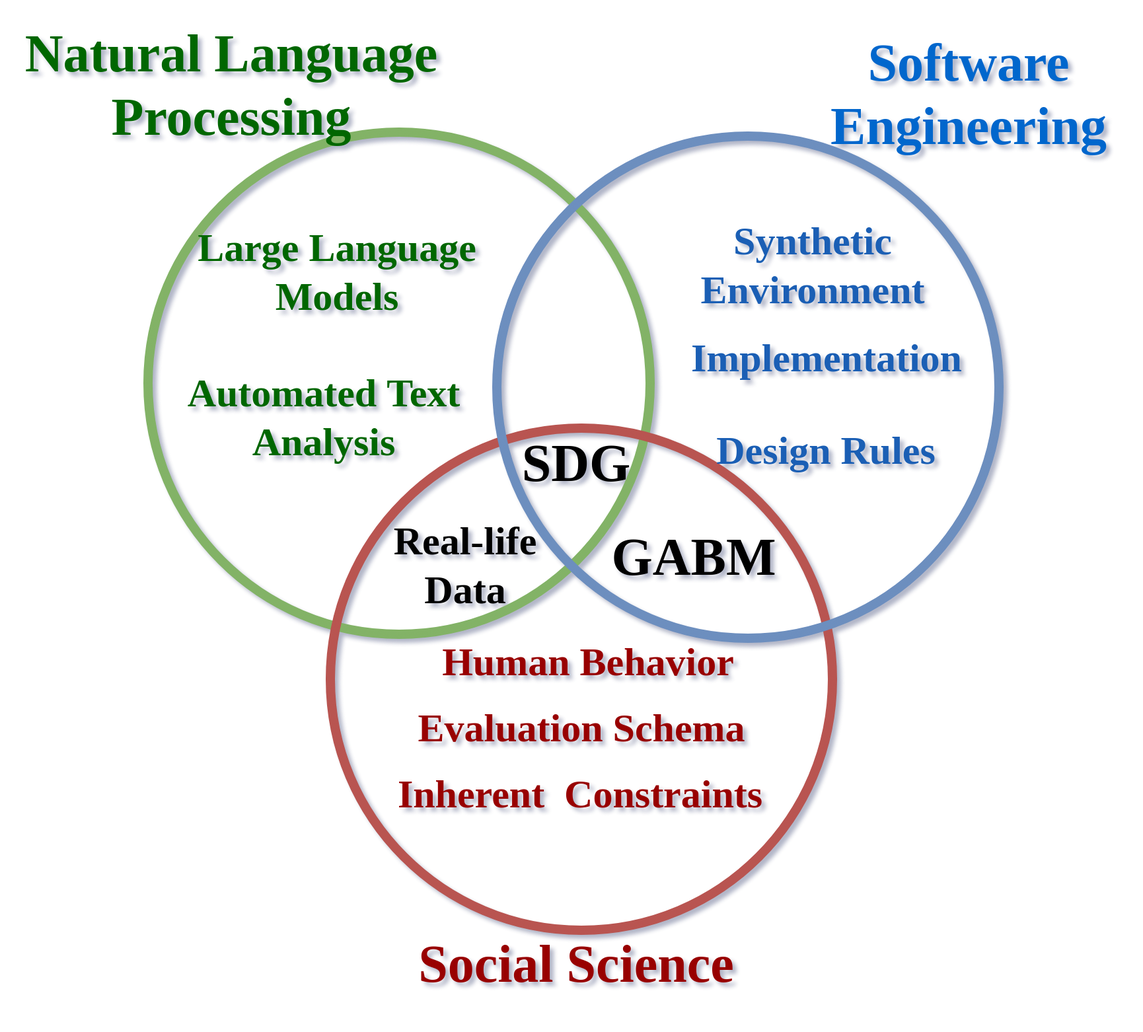
Before: graphs/interdisciplinary.drawio.png, a diagram exported from draw.io (dimits-ts/synthetic_moderation_experiments). Source tidied: cells renumbered, new cells last; positions are measured from the earlier drawing's top-left corner, leaving out a move shared by most shapes. Source of this version:
```xml
<mxGraphModel>
  <root>
    <mxCell id="0" />
    <mxCell id="1" parent="0" />
    <mxCell id="2" style="ellipse;whiteSpace=wrap;html=1;fillColor=none;strokeColor=#82b366;strokeWidth=7;" parent="1" vertex="1">
      <mxGeometry x="112" y="86" width="380" height="380" as="geometry" />
    </mxCell>
    <mxCell id="3" style="ellipse;whiteSpace=wrap;html=1;fillColor=none;strokeColor=#b85450;strokeWidth=7;" parent="1" vertex="1">
      <mxGeometry x="250" y="310" width="380" height="380" as="geometry" />
    </mxCell>
    <mxCell id="4" style="ellipse;whiteSpace=wrap;html=1;fillColor=none;strokeColor=#6c8ebf;strokeWidth=7;" parent="1" vertex="1">
      <mxGeometry x="376" y="89" width="380" height="380" as="geometry" />
    </mxCell>
    <mxCell id="5" value="&lt;h1&gt;&lt;font face=&quot;Times New Roman&quot; style=&quot;color: rgb(153, 0, 0); font-size: 40px;&quot;&gt;Social Science&lt;/font&gt;&lt;/h1&gt;" style="text;html=1;whiteSpace=wrap;strokeColor=none;fillColor=none;align=center;verticalAlign=middle;rounded=0;" parent="1" vertex="1">
      <mxGeometry x="306" y="700" width="260" height="30" as="geometry" />
    </mxCell>
    <mxCell id="6" value="&lt;h1&gt;&lt;font face=&quot;Times New Roman&quot; style=&quot;font-size: 40px; color: rgb(0, 102, 0);&quot;&gt;Natural Language Processing&lt;/font&gt;&lt;/h1&gt;" style="text;html=1;whiteSpace=wrap;strokeColor=none;fillColor=none;align=center;verticalAlign=middle;rounded=0;" parent="1" vertex="1">
      <mxGeometry width="350" height="100" as="geometry" />
    </mxCell>
    <mxCell id="7" value="&lt;h1&gt;&lt;font face=&quot;Times New Roman&quot; style=&quot;font-size: 40px; color: rgb(0, 102, 204);&quot;&gt;Software Engineering&lt;/font&gt;&lt;/h1&gt;" style="text;html=1;whiteSpace=wrap;strokeColor=none;fillColor=none;align=center;verticalAlign=middle;rounded=0;" parent="1" vertex="1">
      <mxGeometry x="613" y="7" width="240" height="100" as="geometry" />
    </mxCell>
    <mxCell id="8" value="&lt;h1&gt;&lt;font face=&quot;Times New Roman&quot; style=&quot;font-size: 40px;&quot;&gt;SDG&lt;/font&gt;&lt;/h1&gt;" style="text;html=1;whiteSpace=wrap;strokeColor=none;fillColor=none;align=center;verticalAlign=middle;rounded=0;" parent="1" vertex="1">
      <mxGeometry x="391" y="301" width="90" height="70" as="geometry" />
    </mxCell>
    <mxCell id="9" value="&lt;h1&gt;&lt;font face=&quot;Times New Roman&quot; style=&quot;color: light-dark(rgb(26, 95, 180), rgb(237, 237, 237)); font-size: 30px;&quot;&gt;Implementation&lt;/font&gt;&lt;/h1&gt;" style="text;html=1;whiteSpace=wrap;strokeColor=none;fillColor=none;align=center;verticalAlign=middle;rounded=0;" parent="1" vertex="1">
      <mxGeometry x="515.5" y="242" width="219" height="30" as="geometry" />
    </mxCell>
    <mxCell id="10" value="&lt;h1&gt;&lt;font face=&quot;Times New Roman&quot; style=&quot;color: rgb(153, 0, 0); font-size: 30px;&quot;&gt;Human Behavior&lt;/font&gt;&lt;/h1&gt;" style="text;html=1;whiteSpace=wrap;strokeColor=none;fillColor=none;align=center;verticalAlign=middle;rounded=0;" parent="1" vertex="1">
      <mxGeometry x="320" y="472" width="250" height="30" as="geometry" />
    </mxCell>
    <mxCell id="11" value="&lt;h1&gt;&lt;font face=&quot;Times New Roman&quot; style=&quot;color: rgb(153, 0, 0); font-size: 30px;&quot;&gt;Evaluation Schema&lt;/font&gt;&lt;/h1&gt;" style="text;html=1;whiteSpace=wrap;strokeColor=none;fillColor=none;align=center;verticalAlign=middle;rounded=0;" parent="1" vertex="1">
      <mxGeometry x="310" y="522" width="260" height="30" as="geometry" />
    </mxCell>
    <mxCell id="12" value="&lt;h1&gt;&lt;font face=&quot;Times New Roman&quot; style=&quot;color: rgb(0, 102, 0); font-size: 30px;&quot;&gt;Large Language Models&lt;/font&gt;&lt;/h1&gt;" style="text;html=1;whiteSpace=wrap;strokeColor=none;fillColor=none;align=center;verticalAlign=middle;rounded=0;" parent="1" vertex="1">
      <mxGeometry x="140" y="162" width="230" height="60" as="geometry" />
    </mxCell>
    <mxCell id="13" value="&lt;h1&gt;&lt;font face=&quot;Times New Roman&quot; style=&quot;color: rgb(0, 102, 0); font-size: 30px;&quot;&gt;Automated Text Analysis&lt;/font&gt;&lt;/h1&gt;" style="text;html=1;whiteSpace=wrap;strokeColor=none;fillColor=none;align=center;verticalAlign=middle;rounded=0;" parent="1" vertex="1">
      <mxGeometry x="140" y="262" width="210" height="80" as="geometry" />
    </mxCell>
    <mxCell id="14" value="&lt;h1&gt;&lt;font face=&quot;Times New Roman&quot; style=&quot;font-size: 40px;&quot;&gt;GABM&lt;/font&gt;&lt;/h1&gt;" style="text;html=1;whiteSpace=wrap;strokeColor=none;fillColor=none;align=center;verticalAlign=middle;rounded=0;" parent="1" vertex="1">
      <mxGeometry x="480" y="372" width="90" height="70" as="geometry" />
    </mxCell>
    <mxCell id="15" value="&lt;h1&gt;&lt;font face=&quot;Times New Roman&quot; style=&quot;color: light-dark(rgb(26, 95, 180), rgb(237, 237, 237)); font-size: 30px;&quot;&gt;Synthetic Environment&lt;/font&gt;&lt;/h1&gt;" style="text;html=1;whiteSpace=wrap;strokeColor=none;fillColor=none;align=center;verticalAlign=middle;rounded=0;" parent="1" vertex="1">
      <mxGeometry x="530" y="152" width="170" height="70" as="geometry" />
    </mxCell>
    <mxCell id="16" value="&lt;h1&gt;&lt;font face=&quot;Times New Roman&quot; style=&quot;font-size: 30px; color: light-dark(rgb(0, 0, 0), rgb(111, 199, 111));&quot;&gt;Real-life Data&lt;/font&gt;&lt;/h1&gt;" style="text;html=1;whiteSpace=wrap;strokeColor=none;fillColor=none;align=center;verticalAlign=middle;rounded=0;" parent="1" vertex="1">
      <mxGeometry x="267" y="374" width="170" height="80" as="geometry" />
    </mxCell>
    <mxCell id="17" value="&lt;h1&gt;&lt;font face=&quot;Times New Roman&quot; style=&quot;color: light-dark(rgb(26, 95, 180), rgb(237, 237, 237)); font-size: 30px;&quot;&gt;Design Rules&lt;/font&gt;&lt;/h1&gt;" style="text;html=1;whiteSpace=wrap;strokeColor=none;fillColor=none;align=center;verticalAlign=middle;rounded=0;" parent="1" vertex="1">
      <mxGeometry x="540" y="292" width="170" height="70" as="geometry" />
    </mxCell>
    <mxCell id="18" value="&lt;h1&gt;&lt;font face=&quot;Times New Roman&quot; style=&quot;color: rgb(153, 0, 0); font-size: 30px;&quot;&gt;Inherent&amp;nbsp; Constraints&lt;/font&gt;&lt;/h1&gt;" style="text;html=1;whiteSpace=wrap;strokeColor=none;fillColor=none;align=center;verticalAlign=middle;rounded=0;" parent="1" vertex="1">
      <mxGeometry x="267" y="572" width="344" height="30" as="geometry" />
    </mxCell>
  </root>
</mxGraphModel>
```
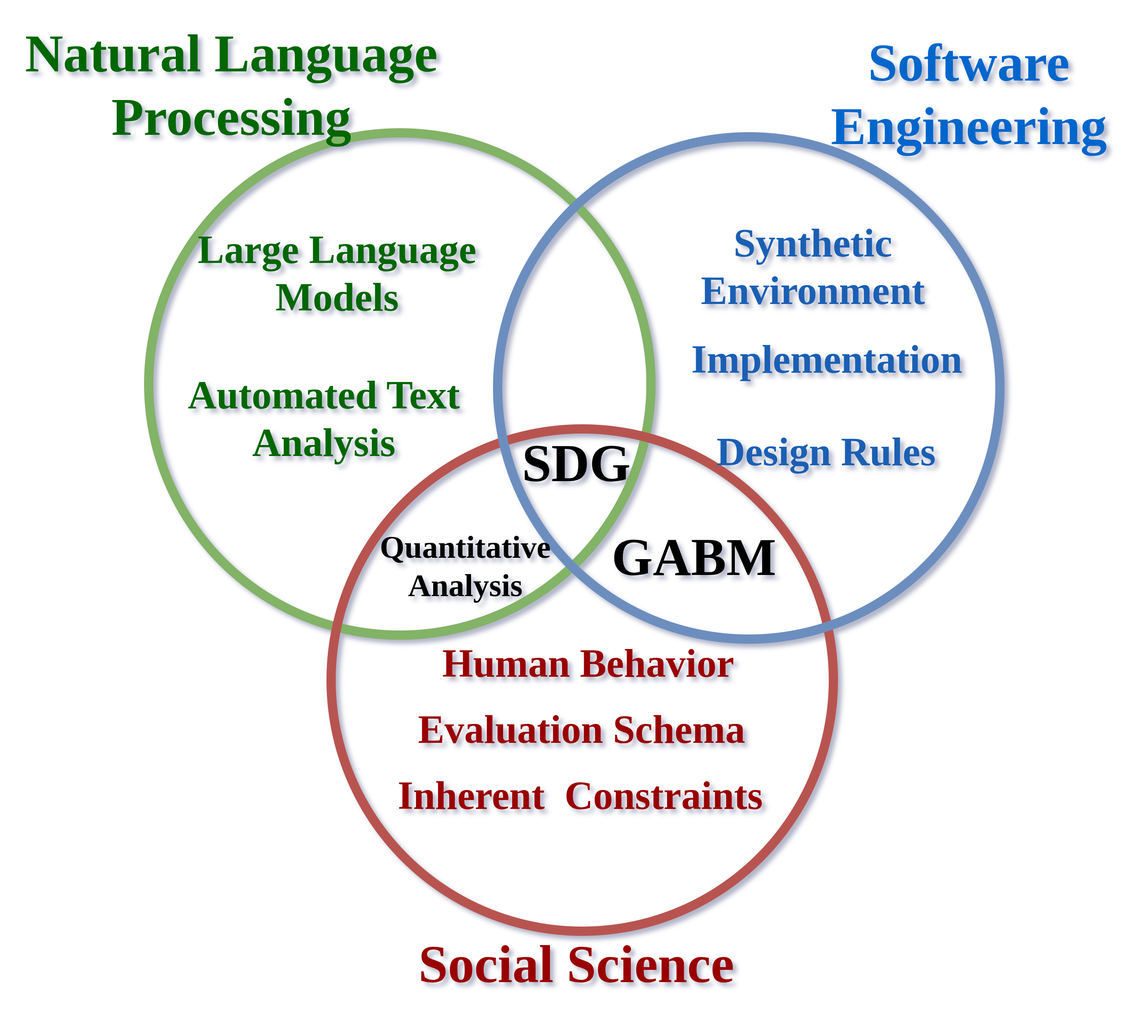
After the change.

Commit message:
minor correction on intro figure

What changed in the source:
```diff
@@ -44,7 +44,7 @@
     <mxCell id="15" value="&lt;h1&gt;&lt;font face=&quot;Times New Roman&quot; style=&quot;color: light-dark(rgb(26, 95, 180), rgb(237, 237, 237)); font-size: 30px;&quot;&gt;Synthetic Environment&lt;/font&gt;&lt;/h1&gt;" style="text;html=1;whiteSpace=wrap;strokeColor=none;fillColor=none;align=center;verticalAlign=middle;rounded=0;" parent="1" vertex="1">
       <mxGeometry x="530" y="152" width="170" height="70" as="geometry" />
     </mxCell>
-    <mxCell id="16" value="&lt;h1&gt;&lt;font face=&quot;Times New Roman&quot; style=&quot;font-size: 30px; color: light-dark(rgb(0, 0, 0), rgb(111, 199, 111));&quot;&gt;Real-life Data&lt;/font&gt;&lt;/h1&gt;" style="text;html=1;whiteSpace=wrap;strokeColor=none;fillColor=none;align=center;verticalAlign=middle;rounded=0;" parent="1" vertex="1">
+    <mxCell id="16" value="&lt;h1&gt;&lt;font face=&quot;Times New Roman&quot; style=&quot;color: light-dark(rgb(0, 0, 0), rgb(111, 199, 111));&quot;&gt;Quantitative Analysis&lt;/font&gt;&lt;/h1&gt;" style="text;html=1;whiteSpace=wrap;strokeColor=none;fillColor=none;align=center;verticalAlign=middle;rounded=0;" parent="1" vertex="1">
       <mxGeometry x="267" y="374" width="170" height="80" as="geometry" />
     </mxCell>
     <mxCell id="17" value="&lt;h1&gt;&lt;font face=&quot;Times New Roman&quot; style=&quot;color: light-dark(rgb(26, 95, 180), rgb(237, 237, 237)); font-size: 30px;&quot;&gt;Design Rules&lt;/font&gt;&lt;/h1&gt;" style="text;html=1;whiteSpace=wrap;strokeColor=none;fillColor=none;align=center;verticalAlign=middle;rounded=0;" parent="1" vertex="1">
```
